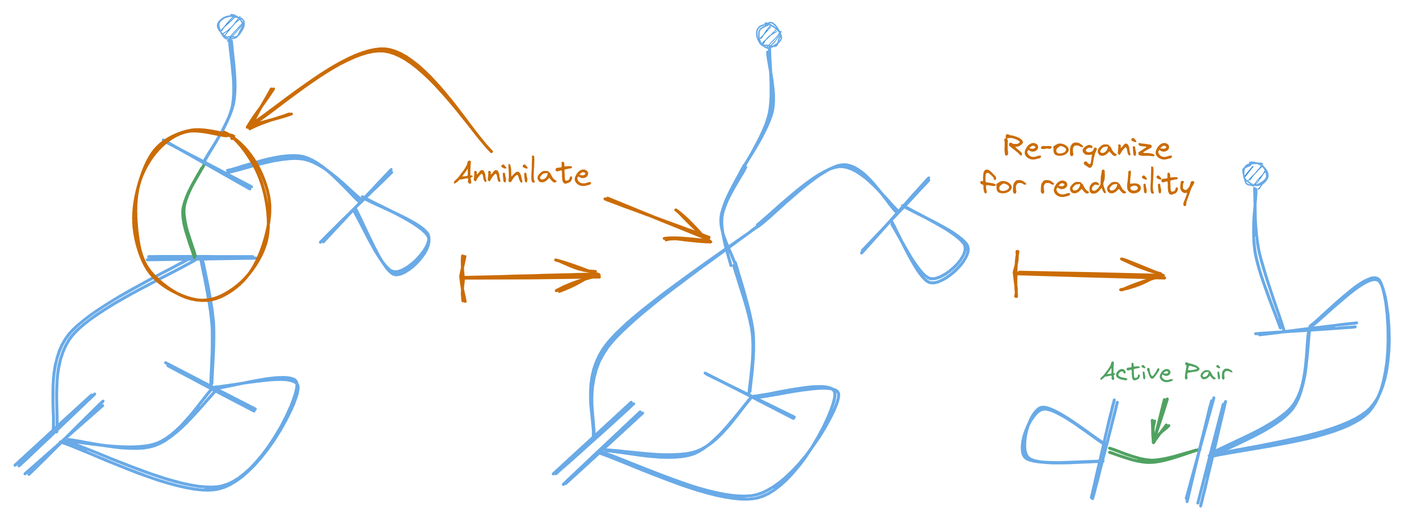
Before: content/interaction-nets-combinators-calculus/reduction-example1.excalidraw.png, a diagram exported from Excalidraw (zicklag/blog). Source tidied: one line per element, renumbered; positions are measured from the earlier drawing's top-left corner, leaving out a move shared by most shapes.
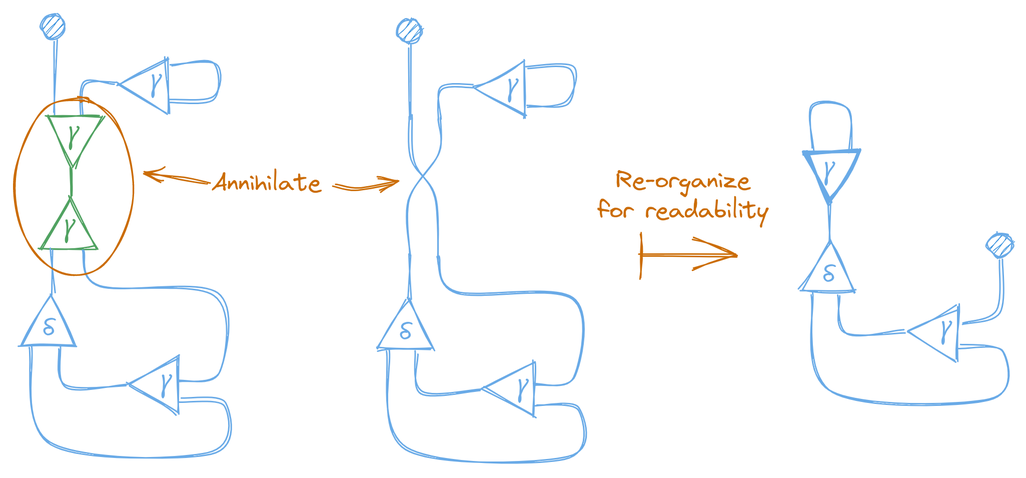
Later version of the same file.

Change to the diagram source:
```diff
@@ -1,47 +1,53 @@
-{"id": 0, "type": "line", "strokeColor": "#1864ab", "angle": 6.27, "strokeWidth": 2, "roughness": 1, "round": true, "x": 96, "y": 162, "width": 72, "height": 1, "points": [[0, 0], [72, 1]]}
-{"id": 1, "type": "line", "strokeColor": "#1864ab", "backgroundColor": "#228be6", "fillStyle": "cross-hatch", "strokeWidth": 2, "roughness": 1, "round": true, "x": 129, "y": 162, "width": 94, "height": 115, "points": [[0, 0], [-84, 53], [-94, 115]]}
-{"id": 2, "type": "line", "strokeColor": "#1864ab", "angle": 5.54, "strokeWidth": 2, "roughness": 1, "round": true, "x": 0, "y": 277, "width": 69, "height": 0, "points": [[0, 0], [69, 0]]}
-{"id": 3, "type": "line", "strokeColor": "#1864ab", "angle": 5.54, "strokeWidth": 2, "roughness": 1, "round": true, "x": 6, "y": 283, "width": 69, "height": 0, "points": [[0, 0], [69, 0]]}
-{"id": 4, "type": "line", "strokeColor": "#1864ab", "angle": 6.27, "strokeWidth": 2, "roughness": 1, "round": true, "x": 109, "y": 233, "width": 58, "height": 31, "points": [[0, 0], [58, 31]]}
-{"id": 5, "type": "line", "strokeColor": "#1864ab", "backgroundColor": "#228be6", "fillStyle": "cross-hatch", "strokeWidth": 2, "roughness": 1, "round": true, "x": 43, "y": 284, "width": 98, "height": 38, "points": [[0, 0], [60, 2], [98, -35]]}
-{"id": 6, "type": "line", "strokeColor": "#1864ab", "backgroundColor": "#228be6", "fillStyle": "cross-hatch", "strokeWidth": 2, "roughness": 1, "round": true, "x": 132, "y": 164, "width": 8, "height": 82, "points": [[0, 0], [8, 42], [6, 82]]}
-{"id": 7, "type": "line", "strokeColor": "#1864ab", "backgroundColor": "#228be6", "fillStyle": "cross-hatch", "strokeWidth": 2, "roughness": 1, "round": true, "x": 38, "y": 285, "width": 158, "height": 68, "points": [[0, 0], [106, 31], [158, -37], [103, -36]]}
-{"id": 8, "type": "line", "strokeColor": "#2b8a3e", "backgroundColor": "#228be6", "fillStyle": "cross-hatch", "strokeWidth": 2, "roughness": 1, "round": true, "x": 134, "y": 101, "width": 14, "height": 60, "points": [[0, 0], [-14, 28], [-6, 60]]}
-{"id": 9, "type": "ellipse", "strokeColor": "#1864ab", "backgroundColor": "#228be6", "fillStyle": "hachure", "strokeWidth": 1, "roughness": 1, "round": true, "x": 144, "y": 0, "width": 15, "height": 15}
-{"id": 10, "type": "line", "strokeColor": "#1864ab", "backgroundColor": "#228be6", "fillStyle": "cross-hatch", "strokeWidth": 2, "roughness": 1, "round": true, "x": 152, "y": 17, "width": 18, "height": 80, "points": [[0, 0], [1, 42], [-17, 80]]}
-{"id": 11, "type": "line", "strokeColor": "#1864ab", "angle": 6.27, "strokeWidth": 2, "roughness": 1, "round": true, "x": 107, "y": 84, "width": 58, "height": 31, "points": [[0, 0], [58, 31]]}
-{"id": 12, "type": "line", "strokeColor": "#1864ab", "angle": 5.46, "strokeWidth": 2, "roughness": 1, "round": true, "x": 203, "y": 128, "width": 66, "height": 0, "points": [[0, 0], [66, 0]]}
-{"id": 13, "type": "line", "strokeColor": "#1864ab", "angle": 5.37, "strokeWidth": 2, "roughness": 1, "round": true, "x": 212, "y": 155, "width": 39, "height": 83, "points": [[0, 0], [1, -49], [-38, -83]]}
-{"id": 14, "type": "line", "strokeColor": "#1864ab", "angle": 5.46, "strokeWidth": 2, "roughness": 1, "round": true, "x": 251, "y": 120, "width": 34, "height": 49, "points": [[0, 0], [-12, 45], [22, 47], [12, -2]]}
-{"id": 15, "type": "arrow", "strokeColor": "#e67700", "strokeWidth": 2, "roughness": 1, "startArrowhead": "bar", "endArrowhead": "arrow", "round": true, "x": 306, "y": 174, "width": 91, "height": 0, "points": [[0, 0], [91, 0]]}
-{"id": 16, "type": "line", "strokeColor": "#1864ab", "backgroundColor": "#228be6", "fillStyle": "cross-hatch", "strokeWidth": 2, "roughness": 1, "round": true, "x": 504, "y": 140, "width": 111, "height": 142, "points": [[0, 0], [-101, 80], [-111, 142]]}
-{"id": 17, "type": "line", "strokeColor": "#1864ab", "angle": 5.54, "strokeWidth": 2, "roughness": 1, "round": true, "x": 359, "y": 283, "width": 69, "height": 0, "points": [[0, 0], [69, 0]]}
-{"id": 18, "type": "line", "strokeColor": "#1864ab", "angle": 5.54, "strokeWidth": 2, "roughness": 1, "round": true, "x": 365, "y": 289, "width": 69, "height": 0, "points": [[0, 0], [69, 0]]}
-{"id": 19, "type": "line", "strokeColor": "#1864ab", "angle": 6.27, "strokeWidth": 2, "roughness": 1, "round": true, "x": 468, "y": 239, "width": 58, "height": 31, "points": [[0, 0], [58, 31]]}
-{"id": 20, "type": "line", "strokeColor": "#1864ab", "backgroundColor": "#228be6", "fillStyle": "cross-hatch", "strokeWidth": 2, "roughness": 1, "round": true, "x": 401, "y": 290, "width": 98, "height": 38, "points": [[0, 0], [60, 2], [98, -35]]}
-{"id": 21, "type": "line", "strokeColor": "#1864ab", "backgroundColor": "#228be6", "fillStyle": "cross-hatch", "strokeWidth": 2, "roughness": 1, "round": true, "x": 487, "y": 166, "width": 12, "height": 86, "points": [[0, 0], [12, 45], [10, 86]]}
-{"id": 22, "type": "line", "strokeColor": "#1864ab", "backgroundColor": "#228be6", "fillStyle": "cross-hatch", "strokeWidth": 2, "roughness": 1, "round": true, "x": 397, "y": 291, "width": 158, "height": 68, "points": [[0, 0], [106, 31], [158, -37], [103, -36]]}
-{"id": 23, "type": "line", "strokeColor": "#1864ab", "backgroundColor": "#228be6", "fillStyle": "cross-hatch", "strokeWidth": 2, "roughness": 1, "round": true, "x": 494, "y": 102, "width": 15, "height": 65, "points": [[0, 0], [-15, 33], [-8, 65]]}
-{"id": 24, "type": "ellipse", "strokeColor": "#1864ab", "backgroundColor": "#228be6", "fillStyle": "hachure", "strokeWidth": 1, "roughness": 1, "round": true, "x": 503, "y": 6, "width": 15, "height": 15}
-{"id": 25, "type": "line", "strokeColor": "#1864ab", "backgroundColor": "#228be6", "fillStyle": "cross-hatch", "strokeWidth": 2, "roughness": 1, "round": true, "x": 511, "y": 23, "width": 18, "height": 80, "points": [[0, 0], [1, 42], [-17, 80]]}
-{"id": 26, "type": "line", "strokeColor": "#1864ab", "angle": 5.46, "strokeWidth": 2, "roughness": 1, "round": true, "x": 562, "y": 134, "width": 66, "height": 0, "points": [[0, 0], [66, 0]]}
-{"id": 27, "type": "line", "strokeColor": "#1864ab", "angle": 5.37, "strokeWidth": 2, "roughness": 1, "round": true, "x": 581, "y": 168, "width": 66, "height": 69, "points": [[0, 0], [1, -49], [-65, -69]]}
-{"id": 28, "type": "line", "strokeColor": "#1864ab", "angle": 5.46, "strokeWidth": 2, "roughness": 1, "round": true, "x": 610, "y": 126, "width": 34, "height": 49, "points": [[0, 0], [-12, 45], [22, 47], [12, -2]]}
-{"id": 29, "type": "line", "strokeColor": "#2b8a3e", "angle": 5.71, "strokeWidth": 2, "roughness": 1, "round": true, "x": 743, "y": 273, "width": 49, "height": 33, "points": [[0, 0], [19, 22], [49, 33]]}
-{"id": 30, "type": "line", "strokeColor": "#1864ab", "angle": 4.97, "strokeWidth": 2, "roughness": 1, "round": true, "x": 762, "y": 290, "width": 69, "height": 0, "points": [[0, 0], [69, 0]]}
-{"id": 31, "type": "line", "strokeColor": "#1864ab", "angle": 4.97, "strokeWidth": 2, "roughness": 1, "round": true, "x": 772, "y": 292, "width": 69, "height": 0, "points": [[0, 0], [69, 0]]}
-{"id": 32, "type": "line", "strokeColor": "#1864ab", "angle": 5.7, "strokeWidth": 2, "roughness": 1, "round": true, "x": 840, "y": 194, "width": 58, "height": 31, "points": [[0, 0], [58, 31]]}
-{"id": 33, "type": "line", "strokeColor": "#1864ab", "angle": 5.71, "backgroundColor": "#228be6", "fillStyle": "cross-hatch", "strokeWidth": 2, "roughness": 1, "round": true, "x": 792, "y": 268, "width": 98, "height": 38, "points": [[0, 0], [60, 2], [98, -35]]}
-{"id": 34, "type": "line", "strokeColor": "#1864ab", "angle": 5.71, "backgroundColor": "#228be6", "fillStyle": "cross-hatch", "strokeWidth": 2, "roughness": 1, "round": true, "x": 789, "y": 253, "width": 158, "height": 68, "points": [[0, 0], [106, 31], [158, -37], [103, -36]]}
-{"id": 35, "type": "ellipse", "strokeColor": "#1864ab", "backgroundColor": "#228be6", "fillStyle": "hachure", "strokeWidth": 1, "roughness": 1, "round": true, "x": 827, "y": 98, "width": 15, "height": 15}
-{"id": 36, "type": "line", "strokeColor": "#1864ab", "backgroundColor": "#228be6", "fillStyle": "cross-hatch", "strokeWidth": 2, "roughness": 1, "round": true, "x": 834, "y": 115, "width": 18, "height": 93, "points": [[0, 0], [1, 42], [18, 93]]}
-{"id": 37, "type": "line", "strokeColor": "#1864ab", "angle": 8.11, "strokeWidth": 2, "roughness": 1, "round": true, "x": 700, "y": 289, "width": 66, "height": 0, "points": [[0, 0], [66, 0]]}
-{"id": 38, "type": "line", "strokeColor": "#1864ab", "angle": 8.11, "strokeWidth": 2, "roughness": 1, "round": true, "x": 703, "y": 259, "width": 34, "height": 49, "points": [[0, 0], [-12, 45], [22, 47], [12, -2]]}
-{"id": 39, "type": "arrow", "strokeColor": "#e67700", "strokeWidth": 2, "roughness": 1, "startArrowhead": "bar", "endArrowhead": "arrow", "round": true, "x": 676, "y": 173, "width": 98, "height": 2, "points": [[0, 0], [98, 2]]}
-{"id": 40, "type": "arrow", "strokeColor": "#e67700", "strokeWidth": 2, "roughness": 1, "endArrowhead": "arrow", "round": true, "from": 41, "x": 402, "y": 122, "width": 68, "height": 27, "points": [[0, 0], [68, 27]]}
+{"id": 47, "type": "ellipse", "strokeColor": "#1864ab", "backgroundColor": "#228be6", "fillStyle": "hachure", "strokeWidth": 1, "roughness": 1, "round": true, "x": 279, "y": 146, "width": 15, "height": 15}
+{"id": 48, "type": "line", "strokeColor": "#2b8a3e", "angle": 6.29, "strokeWidth": 1, "roughness": 1, "x": 298, "y": 268, "width": 37, "height": 33, "points": [[0, 0], [-19, 33], [17, 33], [0, 0]]}
+{"id": 49, "type": "text", "text": "γ", "strokeColor": "#2b8a3e", "backgroundColor": "#ced4da", "fillStyle": "solid", "strokeWidth": 1, "roughness": 1, "fontSize": 16, "fontFamily": 1, "textAlign": "center", "x": 295, "y": 274, "width": 7, "height": 20}
+{"id": 50, "type": "line", "strokeColor": "#1864ab", "angle": 4.71, "strokeWidth": 1, "roughness": 1, "x": 347, "y": 175, "width": 37, "height": 33, "points": [[0, 0], [-19, 33], [17, 33], [0, 0]]}
+{"id": 51, "type": "text", "text": "γ", "strokeColor": "#1864ab", "backgroundColor": "#ced4da", "fillStyle": "solid", "strokeWidth": 1, "roughness": 1, "fontSize": 16, "fontFamily": 1, "textAlign": "center", "x": 352, "y": 177, "width": 7, "height": 20}
+{"id": 52, "type": "arrow", "strokeColor": "#1864ab", "backgroundColor": "#ced4da", "fillStyle": "solid", "strokeWidth": 1, "roughness": 1, "round": true, "from": 47, "to": 65, "x": 288, "y": 163, "width": 1, "height": 49, "points": [[0, 0], [-1, 49]]}
+{"id": 53, "type": "arrow", "strokeColor": "#1864ab", "backgroundColor": "#ced4da", "fillStyle": "solid", "strokeWidth": 1, "roughness": 1, "round": true, "from": 65, "to": 85, "x": 307, "y": 212, "width": 22, "height": 22, "points": [[0, 0], [1, -21], [22, -22]]}
+{"id": 54, "type": "arrow", "strokeColor": "#2b8a3e", "backgroundColor": "#ced4da", "fillStyle": "solid", "strokeWidth": 1, "roughness": 1, "round": true, "from": 65, "to": 49, "x": 298, "y": 248, "width": 0, "height": 18, "points": [[0, 0], [0, 18]]}
+{"id": 55, "type": "line", "strokeColor": "#1864ab", "angle": 6.29, "strokeWidth": 1, "roughness": 1, "x": 285, "y": 332, "width": 37, "height": 33, "points": [[0, 0], [-19, 33], [17, 33], [0, 0]]}
+{"id": 56, "type": "text", "text": "δ", "strokeColor": "#1864ab", "backgroundColor": "#ced4da", "fillStyle": "solid", "strokeWidth": 1, "roughness": 1, "fontSize": 16, "fontFamily": 1, "textAlign": "center", "x": 279, "y": 343, "width": 9, "height": 20}
+{"id": 57, "type": "arrow", "strokeColor": "#1864ab", "backgroundColor": "#ced4da", "fillStyle": "solid", "strokeWidth": 1, "roughness": 1, "round": true, "from": 49, "to": 85, "x": 287, "y": 302, "width": 0, "height": 29, "points": [[0, 0], [0, 29]]}
+{"id": 58, "type": "line", "strokeColor": "#1864ab", "angle": 4.71, "strokeWidth": 1, "roughness": 1, "x": 354, "y": 375, "width": 37, "height": 33, "points": [[0, 0], [-19, 33], [17, 33], [0, 0]]}
+{"id": 59, "type": "text", "text": "γ", "strokeColor": "#1864ab", "backgroundColor": "#ced4da", "fillStyle": "solid", "strokeWidth": 1, "roughness": 1, "fontSize": 16, "fontFamily": 1, "textAlign": "center", "x": 359, "y": 377, "width": 7, "height": 20}
+{"id": 60, "type": "arrow", "strokeColor": "#1864ab", "backgroundColor": "#ced4da", "fillStyle": "solid", "strokeWidth": 1, "roughness": 1, "round": true, "from": 56, "x": 291, "y": 367, "width": 44, "height": 26, "points": [[0, 0], [4, 26], [44, 25]]}
+{"id": 61, "type": "arrow", "strokeColor": "#1864ab", "backgroundColor": "#ced4da", "fillStyle": "solid", "strokeWidth": 1, "roughness": 1, "round": true, "from": 56, "to": 59, "x": 272, "y": 367, "width": 128, "height": 71, "points": [[0, 0], [13, 64], [118, 71], [128, 39], [99, 36]]}
+{"id": 62, "type": "arrow", "strokeColor": "#1864ab", "backgroundColor": "#ced4da", "fillStyle": "solid", "strokeWidth": 1, "roughness": 1, "round": true, "from": 59, "to": 49, "x": 371, "y": 389, "width": 91, "height": 86, "points": [[0, 0], [27, -6], [24, -58], [-54, -62], [-65, -86]]}
+{"id": 63, "type": "arrow", "strokeColor": "#1864ab", "backgroundColor": "#ced4da", "fillStyle": "solid", "strokeWidth": 1, "roughness": 1, "round": true, "from": 51, "to": 51, "x": 366, "y": 179, "width": 30, "height": 25, "points": [[0, 0], [29, -1], [27, 23], [-1, 24]]}
+{"id": 64, "type": "line", "strokeColor": "#2b8a3e", "angle": 3.14, "strokeWidth": 1, "roughness": 1, "x": 303, "y": 214, "width": 37, "height": 33, "points": [[0, 0], [-19, 33], [17, 33], [0, 0]]}
+{"id": 65, "type": "text", "text": "γ", "strokeColor": "#2b8a3e", "backgroundColor": "#ced4da", "fillStyle": "solid", "strokeWidth": 1, "roughness": 1, "fontSize": 16, "fontFamily": 1, "textAlign": "center", "x": 297, "y": 212, "width": 7, "height": 20}
+{"id": 66, "type": "ellipse", "strokeColor": "#1864ab", "backgroundColor": "#228be6", "fillStyle": "hachure", "strokeWidth": 1, "roughness": 1, "round": true, "x": 516, "y": 149, "width": 15, "height": 15}
+{"id": 67, "type": "line", "strokeColor": "#1864ab", "angle": 4.71, "strokeWidth": 1, "roughness": 1, "x": 585, "y": 178, "width": 37, "height": 33, "points": [[0, 0], [-19, 33], [17, 33], [0, 0]]}
+{"id": 68, "type": "text", "text": "γ", "strokeColor": "#1864ab", "backgroundColor": "#ced4da", "fillStyle": "solid", "strokeWidth": 1, "roughness": 1, "fontSize": 16, "fontFamily": 1, "textAlign": "center", "x": 590, "y": 180, "width": 7, "height": 20}
+{"id": 69, "type": "arrow", "strokeColor": "#1864ab", "backgroundColor": "#ced4da", "fillStyle": "solid", "strokeWidth": 1, "roughness": 1, "round": true, "from": 66, "x": 525, "y": 166, "width": 1, "height": 49, "points": [[0, 0], [-1, 49]]}
+{"id": 70, "type": "arrow", "strokeColor": "#1864ab", "backgroundColor": "#ced4da", "fillStyle": "solid", "strokeWidth": 1, "roughness": 1, "round": true, "x": 544, "y": 215, "width": 22, "height": 22, "points": [[0, 0], [1, -21], [22, -22]]}
+{"id": 71, "type": "line", "strokeColor": "#1864ab", "angle": 6.29, "strokeWidth": 1, "roughness": 1, "x": 522, "y": 335, "width": 37, "height": 33, "points": [[0, 0], [-19, 33], [17, 33], [0, 0]]}
+{"id": 72, "type": "text", "text": "δ", "strokeColor": "#1864ab", "backgroundColor": "#ced4da", "fillStyle": "solid", "strokeWidth": 1, "roughness": 1, "fontSize": 16, "fontFamily": 1, "textAlign": "center", "x": 517, "y": 346, "width": 9, "height": 20}
+{"id": 73, "type": "arrow", "strokeColor": "#1864ab", "backgroundColor": "#ced4da", "fillStyle": "solid", "strokeWidth": 1, "roughness": 1, "round": true, "to": 72, "x": 524, "y": 305, "width": 0, "height": 29, "points": [[0, 0], [0, 29]]}
+{"id": 74, "type": "line", "strokeColor": "#1864ab", "angle": 4.71, "strokeWidth": 1, "roughness": 1, "x": 592, "y": 378, "width": 37, "height": 33, "points": [[0, 0], [-19, 33], [17, 33], [0, 0]]}
+{"id": 75, "type": "text", "text": "γ", "strokeColor": "#1864ab", "backgroundColor": "#ced4da", "fillStyle": "solid", "strokeWidth": 1, "roughness": 1, "fontSize": 16, "fontFamily": 1, "textAlign": "center", "x": 597, "y": 380, "width": 7, "height": 20}
+{"id": 76, "type": "arrow", "strokeColor": "#1864ab", "backgroundColor": "#ced4da", "fillStyle": "solid", "strokeWidth": 1, "roughness": 1, "round": true, "from": 72, "x": 529, "y": 370, "width": 44, "height": 26, "points": [[0, 0], [4, 26], [44, 25]]}
+{"id": 77, "type": "arrow", "strokeColor": "#1864ab", "backgroundColor": "#ced4da", "fillStyle": "solid", "strokeWidth": 1, "roughness": 1, "round": true, "from": 72, "to": 75, "x": 510, "y": 370, "width": 128, "height": 71, "points": [[0, 0], [13, 64], [118, 71], [128, 39], [99, 36]]}
+{"id": 78, "type": "arrow", "strokeColor": "#1864ab", "backgroundColor": "#ced4da", "fillStyle": "solid", "strokeWidth": 1, "roughness": 1, "round": true, "from": 75, "x": 608, "y": 392, "width": 91, "height": 86, "points": [[0, 0], [27, -6], [24, -58], [-54, -62], [-65, -86]]}
+{"id": 79, "type": "arrow", "strokeColor": "#1864ab", "backgroundColor": "#ced4da", "fillStyle": "solid", "strokeWidth": 1, "roughness": 1, "round": true, "from": 68, "to": 68, "x": 603, "y": 182, "width": 30, "height": 25, "points": [[0, 0], [29, -1], [27, 23], [-1, 24]]}
+{"id": 80, "type": "arrow", "strokeColor": "#1864ab", "backgroundColor": "#ced4da", "fillStyle": "solid", "strokeWidth": 1, "roughness": 1, "round": true, "x": 525, "y": 213, "width": 19, "height": 96, "points": [[0, 0], [2, 29], [16, 54], [19, 96]]}
+{"id": 81, "type": "arrow", "strokeColor": "#1864ab", "backgroundColor": "#ced4da", "fillStyle": "solid", "strokeWidth": 1, "roughness": 1, "round": true, "x": 545, "y": 215, "width": 20, "height": 92, "points": [[0, 0], [-1, 23], [-20, 53], [-20, 92]]}
+{"id": 82, "type": "arrow", "strokeColor": "#e67700", "strokeWidth": 1, "roughness": 1, "startArrowhead": "bar", "endArrowhead": "arrow", "round": true, "x": 678, "y": 307, "width": 64, "height": 0, "points": [[0, 0], [64, 0]]}
+{"id": 44, "type": "text", "text": "Re-organize\nfor readability", "strokeColor": "#e67700", "strokeWidth": 2, "roughness": 1, "fontSize": 16, "fontFamily": 1, "textAlign": "center", "x": 650, "y": 245, "width": 113, "height": 40}
+{"id": 83, "type": "arrow", "strokeColor": "#e67700", "strokeWidth": 1, "roughness": 1, "endArrowhead": "arrow", "round": true, "from": 41, "x": 474, "y": 260, "width": 42, "height": 4, "points": [[0, 0], [15, 1], [42, -3]]}
-{"id": 41, "type": "text", "text": "Annihilate", "strokeColor": "#e67700", "strokeWidth": 2, "roughness": 1, "fontSize": 20, "fontFamily": 1, "textAlign": "center", "x": 300, "y": 92, "width": 91, "height": 25}
+{"id": 41, "type": "text", "text": "Annihilate", "strokeColor": "#e67700", "strokeWidth": 2, "roughness": 1, "fontSize": 16, "fontFamily": 1, "textAlign": "center", "x": 392, "y": 247, "width": 73, "height": 20}
-{"id": 42, "type": "ellipse", "strokeColor": "#e67700", "strokeWidth": 2, "roughness": 1, "round": true, "x": 87, "y": 76, "width": 90, "height": 115}
-{"id": 43, "type": "arrow", "strokeColor": "#e67700", "strokeWidth": 2, "roughness": 1, "endArrowhead": "arrow", "round": true, "from": 41, "to": 42, "x": 324, "y": 90, "width": 160, "height": 67, "points": [[0, 0], [-69, -67], [-160, -16]]}
-{"id": 44, "type": "text", "text": "Re-organize\nfor readability", "strokeColor": "#e67700", "strokeWidth": 2, "roughness": 1, "fontSize": 20, "fontFamily": 1, "textAlign": "center", "x": 652, "y": 75, "width": 142, "height": 50}
-{"id": 45, "type": "text", "text": "Active Pair", "strokeColor": "#2b8a3e", "strokeWidth": 2, "roughness": 1, "fontSize": 16, "fontFamily": 1, "textAlign": "center", "x": 731, "y": 228, "width": 88, "height": 20}
-{"id": 46, "type": "arrow", "strokeColor": "#2b8a3e", "strokeWidth": 2, "roughness": 1, "endArrowhead": "arrow", "round": true, "from": 45, "x": 775, "y": 255, "width": 7, "height": 28, "points": [[0, 0], [-7, 28]]}
+{"id": 84, "type": "arrow", "strokeColor": "#e67700", "strokeWidth": 1, "roughness": 1, "endArrowhead": "arrow", "round": true, "from": 41, "to": 85, "x": 390, "y": 257, "width": 44, "height": 7, "points": [[0, 0], [-17, -3], [-44, -7]]}
+{"id": 85, "type": "ellipse", "strokeColor": "#e67700", "strokeWidth": 1, "roughness": 1, "round": true, "x": 261, "y": 201, "width": 79, "height": 119}
+{"id": 86, "type": "ellipse", "strokeColor": "#1864ab", "backgroundColor": "#228be6", "fillStyle": "hachure", "strokeWidth": 1, "roughness": 1, "round": true, "x": 910, "y": 291, "width": 15, "height": 15}
+{"id": 87, "type": "arrow", "strokeColor": "#1864ab", "backgroundColor": "#ced4da", "fillStyle": "solid", "strokeWidth": 1, "roughness": 1, "round": true, "from": 86, "to": 91, "x": 918, "y": 308, "width": 26, "height": 44, "points": [[0, 0], [-2, 34], [-26, 44]]}
+{"id": 88, "type": "line", "strokeColor": "#1864ab", "angle": 6.29, "strokeWidth": 1, "roughness": 1, "x": 805, "y": 296, "width": 37, "height": 33, "points": [[0, 0], [-19, 33], [17, 33], [0, 0]]}
+{"id": 89, "type": "text", "text": "δ", "strokeColor": "#1864ab", "backgroundColor": "#ced4da", "fillStyle": "solid", "strokeWidth": 1, "roughness": 1, "fontSize": 16, "fontFamily": 1, "textAlign": "center", "x": 799, "y": 308, "width": 9, "height": 20}
+{"id": 90, "type": "line", "strokeColor": "#1864ab", "angle": 4.71, "strokeWidth": 1, "roughness": 1, "x": 874, "y": 340, "width": 37, "height": 33, "points": [[0, 0], [-19, 33], [17, 33], [0, 0]]}
+{"id": 91, "type": "text", "text": "γ", "strokeColor": "#1864ab", "backgroundColor": "#ced4da", "fillStyle": "solid", "strokeWidth": 1, "roughness": 1, "fontSize": 16, "fontFamily": 1, "textAlign": "center", "x": 879, "y": 342, "width": 7, "height": 20}
+{"id": 92, "type": "arrow", "strokeColor": "#1864ab", "backgroundColor": "#ced4da", "fillStyle": "solid", "strokeWidth": 1, "roughness": 1, "round": true, "from": 89, "x": 811, "y": 332, "width": 44, "height": 26, "points": [[0, 0], [4, 26], [44, 25]]}
+{"id": 93, "type": "arrow", "strokeColor": "#1864ab", "backgroundColor": "#ced4da", "fillStyle": "solid", "strokeWidth": 1, "roughness": 1, "round": true, "from": 89, "to": 91, "x": 792, "y": 331, "width": 128, "height": 71, "points": [[0, 0], [13, 64], [118, 71], [128, 39], [99, 36]]}
+{"id": 94, "type": "arrow", "strokeColor": "#1864ab", "angle": 4.71, "backgroundColor": "#ced4da", "fillStyle": "solid", "strokeWidth": 1, "roughness": 1, "round": true, "from": 96, "to": 96, "x": 790, "y": 209, "width": 30, "height": 25, "points": [[0, 0], [29, -1], [27, 23], [-1, 24]]}
+{"id": 95, "type": "line", "strokeColor": "#1864ab", "angle": 3.14, "strokeWidth": 2, "roughness": 1, "x": 806, "y": 237, "width": 37, "height": 33, "points": [[0, 0], [-19, 33], [17, 33], [0, 0]]}
+{"id": 96, "type": "text", "text": "γ", "strokeColor": "#1864ab", "backgroundColor": "#ced4da", "fillStyle": "solid", "strokeWidth": 2, "roughness": 1, "fontSize": 16, "fontFamily": 1, "textAlign": "center", "x": 801, "y": 236, "width": 7, "height": 20}
+{"id": 97, "type": "arrow", "strokeColor": "#1864ab", "strokeWidth": 1, "roughness": 1, "round": true, "from": 96, "to": 89, "x": 804, "y": 270, "width": 1, "height": 26, "points": [[0, 0], [-1, 26]]}
```
